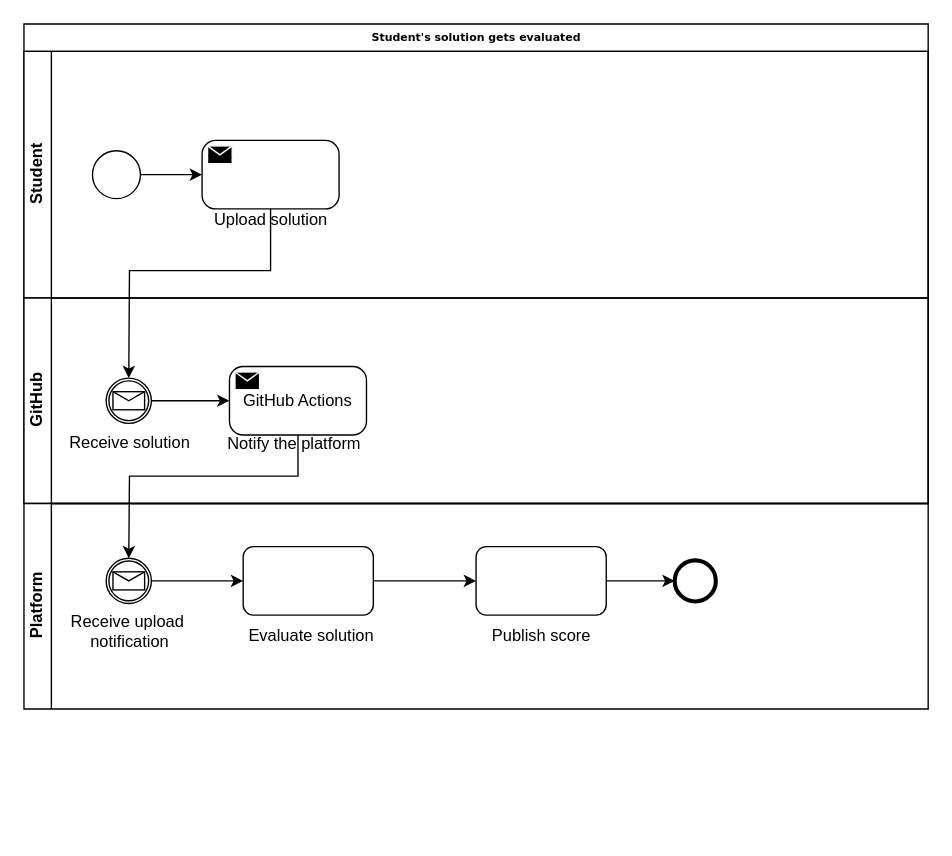
This is RASDwip/ExtraFiles/Drawio/BPMN6.drawio from francescospangaro/SpangaroTosettiRiccardi, a draw.io file, before an edit. Source tidied: cells renumbered, new cells numbered last; positions are measured from the earlier drawing's top-left corner, leaving out a move shared by most shapes. Both pictures are drawn from the tidied source at 137%, with x=0, y=0 at pixel (23, 23).
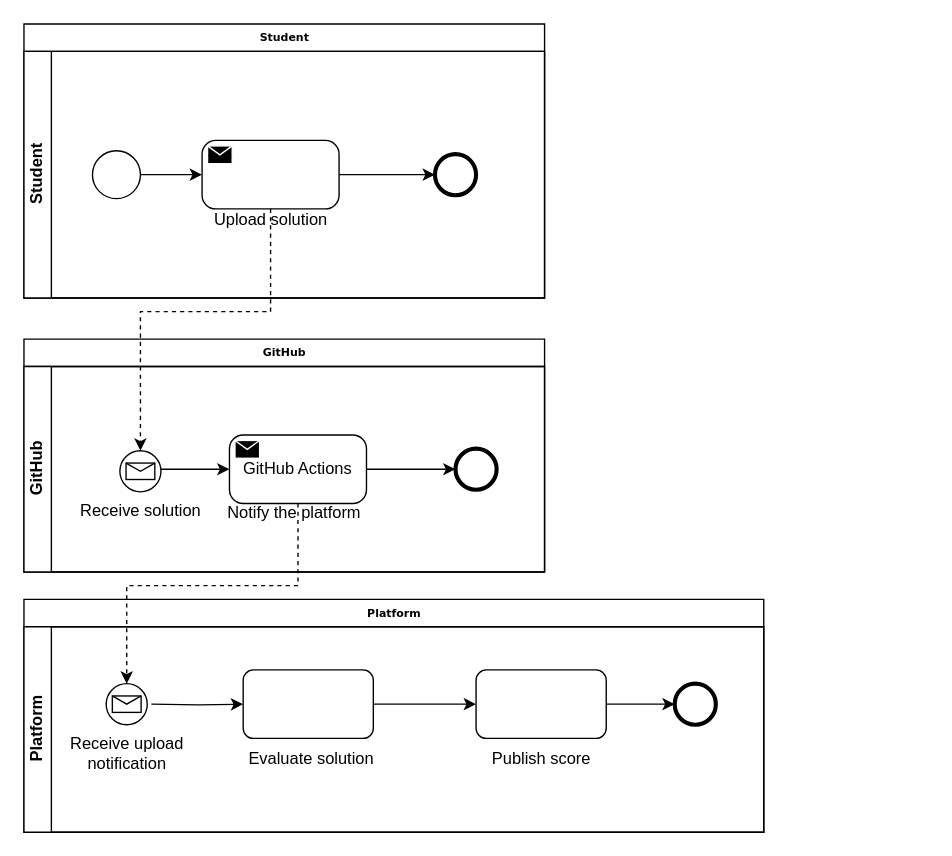
The same diagram, later.

Unchanged cells that the change refers to:
```xml
<mxCell id="7" style="points=[[0.25,0,0],[0.5,0,0],[0.75,0,0],[1,0.25,0],[1,0.5,0],[1,0.75,0],[0.75,1,0],[0.5,1,0],[0.25,1,0],[0,0.75,0],[0,0.5,0],[0,0.25,0]];shape=mxgraph.bpmn.task;whiteSpace=wrap;rectStyle=rounded;size=10;html=1;taskMarker=send;" parent="3" vertex="1">
  <mxGeometry x="130" y="65" width="100" height="50" as="geometry" />
</mxCell>
<mxCell id="11" value="GitHub Actions" style="points=[[0.25,0,0],[0.5,0,0],[0.75,0,0],[1,0.25,0],[1,0.5,0],[1,0.75,0],[0.75,1,0],[0.5,1,0],[0.25,1,0],[0,0.75,0],[0,0.5,0],[0,0.25,0]];shape=mxgraph.bpmn.task;whiteSpace=wrap;rectStyle=rounded;size=10;html=1;taskMarker=send;" parent="8" vertex="1">
  <mxGeometry x="150" y="50" width="100" height="50" as="geometry" />
</mxCell>
<mxCell id="18" value="&lt;font size=&quot;1&quot;&gt;&lt;br&gt;&lt;/font&gt;" style="rounded=1;whiteSpace=wrap;html=1;shadow=0;labelBackgroundColor=none;strokeWidth=1;fontFamily=Verdana;fontSize=8;align=center;" parent="14" vertex="1">
  <mxGeometry x="160" y="31.5" width="95" height="50" as="geometry" />
</mxCell>
```

Diff of the diagram source:
```diff
@@
-    <mxCell id="2" value="Student's solution gets evaluated" style="swimlane;html=1;horizontal=1;startSize=20;rounded=0;shadow=0;labelBackgroundColor=none;strokeWidth=1;fontFamily=Verdana;fontSize=8;align=center;" parent="1" vertex="1">
-      <mxGeometry width="660" height="350" as="geometry" />
+    <mxCell id="2" value="Student" style="swimlane;html=1;horizontal=1;startSize=20;rounded=0;shadow=0;labelBackgroundColor=none;strokeWidth=1;fontFamily=Verdana;fontSize=8;align=center;" parent="1" vertex="1">
+      <mxGeometry width="380" height="200" as="geometry" />
     </mxCell>
     <mxCell id="3" value="Student" style="swimlane;html=1;startSize=20;horizontal=0;" parent="2" vertex="1">
-      <mxGeometry y="20" width="660" height="180" as="geometry" />
+      <mxGeometry y="20" width="380" height="180" as="geometry" />
     </mxCell>
@@
+    <mxCell id="25" style="edgeStyle=orthogonalEdgeStyle;rounded=0;jettySize=auto;html=1;entryX=0;entryY=0.5;entryDx=0;entryDy=0;entryPerimeter=0;" parent="3" edge="1" source="7" target="26">
+      <mxGeometry relative="1" as="geometry" />
+    </mxCell>
@@
+    <mxCell id="26" style="points=[[0.145,0.145,0],[0.5,0,0],[0.855,0.145,0],[1,0.5,0],[0.855,0.855,0],[0.5,1,0],[0.145,0.855,0],[0,0.5,0]];shape=mxgraph.bpmn.event;html=1;verticalLabelPosition=bottom;labelBackgroundColor=#ffffff;verticalAlign=top;align=center;perimeter=ellipsePerimeter;outlineConnect=0;outline=end;symbol=terminate2;" parent="3" vertex="1">
+      <mxGeometry x="300" y="75" width="30" height="30" as="geometry" />
+    </mxCell>
+    <mxCell id="27" value="&lt;div&gt;GitHub&lt;/div&gt;" style="swimlane;html=1;horizontal=1;startSize=20;rounded=0;shadow=0;labelBackgroundColor=none;strokeWidth=1;fontFamily=Verdana;fontSize=8;align=center;" parent="1" vertex="1">
+      <mxGeometry y="230" width="380" height="170" as="geometry" />
+    </mxCell>
-    <mxCell id="8" value="&lt;div&gt;GitHub&lt;/div&gt;" style="swimlane;html=1;startSize=20;horizontal=0;" parent="2" vertex="1">
-      <mxGeometry y="200" width="660" height="150" as="geometry" />
+    <mxCell id="8" value="&lt;div&gt;GitHub&lt;/div&gt;" style="swimlane;html=1;startSize=20;horizontal=0;" parent="27" vertex="1">
+      <mxGeometry y="20" width="380" height="150" as="geometry" />
     </mxCell>
-    <mxCell id="9" style="edgeStyle=orthogonalEdgeStyle;rounded=0;jettySize=auto;html=1;entryX=0;entryY=0.5;entryDx=0;entryDy=0;" parent="8" edge="1" source="10">
-      <mxGeometry relative="1" as="geometry">
-        <mxPoint x="150" y="75" as="targetPoint" />
-      </mxGeometry>
-    </mxCell>
-    <mxCell id="10" value="Receive solution" style="points=[[0.145,0.145,0],[0.5,0,0],[0.855,0.145,0],[1,0.5,0],[0.855,0.855,0],[0.5,1,0],[0.145,0.855,0],[0,0.5,0]];shape=mxgraph.bpmn.event;html=1;verticalLabelPosition=bottom;labelBackgroundColor=#ffffff;verticalAlign=top;align=center;perimeter=ellipsePerimeter;outlineConnect=0;outline=catching;symbol=message;" parent="8" vertex="1">
-      <mxGeometry x="60" y="58.5" width="33" height="33" as="geometry" />
-    </mxCell>
+    <mxCell id="28" style="edgeStyle=orthogonalEdgeStyle;rounded=0;jettySize=auto;html=1;entryX=0;entryY=0.5;entryDx=0;entryDy=0;entryPerimeter=0;" parent="8" edge="1" source="11" target="29">
+      <mxGeometry relative="1" as="geometry" />
+    </mxCell>
@@
-    <mxCell id="13" style="edgeStyle=orthogonalEdgeStyle;rounded=0;jettySize=auto;html=1;" parent="2" edge="1" source="7" target="10">
-      <mxGeometry relative="1" as="geometry">
-        <Array as="points">
-          <mxPoint x="180" y="180" />
-          <mxPoint x="77" y="180" />
-        </Array>
-      </mxGeometry>
-    </mxCell>
+    <mxCell id="29" style="points=[[0.145,0.145,0],[0.5,0,0],[0.855,0.145,0],[1,0.5,0],[0.855,0.855,0],[0.5,1,0],[0.145,0.855,0],[0,0.5,0]];shape=mxgraph.bpmn.event;html=1;verticalLabelPosition=bottom;labelBackgroundColor=#ffffff;verticalAlign=top;align=center;perimeter=ellipsePerimeter;outlineConnect=0;outline=end;symbol=terminate2;" parent="8" vertex="1">
+      <mxGeometry x="315" y="60" width="30" height="30" as="geometry" />
+    </mxCell>
+    <mxCell id="30" style="edgeStyle=orthogonalEdgeStyle;rounded=0;jettySize=auto;html=1;entryX=0;entryY=0.5;entryDx=0;entryDy=0;entryPerimeter=0;" parent="8" edge="1" source="10" target="11">
+      <mxGeometry relative="1" as="geometry">
+        <Array as="points">
+          <mxPoint x="110" y="75" />
+          <mxPoint x="110" y="75" />
+        </Array>
+      </mxGeometry>
+    </mxCell>
+    <mxCell id="10" value="Receive solution" style="points=[[0.145,0.145,0],[0.5,0,0],[0.855,0.145,0],[1,0.5,0],[0.855,0.855,0],[0.5,1,0],[0.145,0.855,0],[0,0.5,0]];shape=mxgraph.bpmn.event;html=1;verticalLabelPosition=bottom;labelBackgroundColor=#ffffff;verticalAlign=top;align=center;perimeter=ellipsePerimeter;outlineConnect=0;outline=standard;symbol=message;" parent="8" vertex="1">
+      <mxGeometry x="70" y="61.5" width="30" height="30" as="geometry" />
+    </mxCell>
+    <mxCell id="31" value="Platform" style="swimlane;html=1;horizontal=1;startSize=20;rounded=0;shadow=0;labelBackgroundColor=none;strokeWidth=1;fontFamily=Verdana;fontSize=8;align=center;" parent="1" vertex="1">
+      <mxGeometry y="420" width="540" height="170" as="geometry" />
+    </mxCell>
-    <mxCell id="14" value="Platform" style="swimlane;html=1;startSize=20;horizontal=0;" parent="1" vertex="1">
-      <mxGeometry y="350" width="660" height="150" as="geometry" />
+    <mxCell id="14" value="Platform" style="swimlane;html=1;startSize=20;horizontal=0;" parent="31" vertex="1">
+      <mxGeometry y="20" width="540" height="150" as="geometry" />
     </mxCell>
-    <mxCell id="15" style="edgeStyle=orthogonalEdgeStyle;rounded=0;jettySize=auto;html=1;entryX=0;entryY=0.5;entryDx=0;entryDy=0;" parent="14" edge="1" source="16" target="18">
-      <mxGeometry relative="1" as="geometry" />
+    <mxCell id="15" style="edgeStyle=orthogonalEdgeStyle;rounded=0;jettySize=auto;html=1;entryX=0;entryY=0.5;entryDx=0;entryDy=0;" parent="14" edge="1" target="18">
+      <mxGeometry relative="1" as="geometry">
+        <mxPoint x="93" y="56.5" as="sourcePoint" />
+      </mxGeometry>
     </mxCell>
-    <mxCell id="16" value="&lt;div&gt;Receive upload&amp;nbsp;&lt;/div&gt;&lt;div&gt;notification&lt;/div&gt;" style="points=[[0.145,0.145,0],[0.5,0,0],[0.855,0.145,0],[1,0.5,0],[0.855,0.855,0],[0.5,1,0],[0.145,0.855,0],[0,0.5,0]];shape=mxgraph.bpmn.event;html=1;verticalLabelPosition=bottom;labelBackgroundColor=#ffffff;verticalAlign=top;align=center;perimeter=ellipsePerimeter;outlineConnect=0;outline=catching;symbol=message;" parent="14" vertex="1">
-      <mxGeometry x="60" y="40" width="33" height="33" as="geometry" />
-    </mxCell>
@@
+    <mxCell id="16" value="&lt;div&gt;Receive upload&lt;/div&gt;&lt;div&gt;notification&lt;br&gt;&lt;/div&gt;" style="points=[[0.145,0.145,0],[0.5,0,0],[0.855,0.145,0],[1,0.5,0],[0.855,0.855,0],[0.5,1,0],[0.145,0.855,0],[0,0.5,0]];shape=mxgraph.bpmn.event;html=1;verticalLabelPosition=bottom;labelBackgroundColor=#ffffff;verticalAlign=top;align=center;perimeter=ellipsePerimeter;outlineConnect=0;outline=standard;symbol=message;" parent="14" vertex="1">
+      <mxGeometry x="60" y="41.5" width="30" height="30" as="geometry" />
+    </mxCell>
+    <mxCell id="13" style="edgeStyle=orthogonalEdgeStyle;rounded=0;jettySize=auto;html=1;entryX=0.5;entryY=0;entryDx=0;entryDy=0;entryPerimeter=0;dashed=1;" parent="1" edge="1" source="7" target="10">
+      <mxGeometry relative="1" as="geometry">
+        <Array as="points">
+          <mxPoint x="180" y="210" />
+          <mxPoint x="85" y="210" />
+        </Array>
+      </mxGeometry>
+    </mxCell>
-    <mxCell id="24" style="edgeStyle=orthogonalEdgeStyle;rounded=0;jettySize=auto;html=1;" parent="1" edge="1" source="11" target="16">
+    <mxCell id="24" style="edgeStyle=orthogonalEdgeStyle;rounded=0;jettySize=auto;html=1;dashed=1;" parent="1" edge="1" source="11" target="16">
       <mxGeometry relative="1" as="geometry">
         <Array as="points">
-          <mxPoint x="200" y="330" />
-          <mxPoint x="77" y="330" />
+          <mxPoint x="200" y="410" />
+          <mxPoint x="75" y="410" />
         </Array>
       </mxGeometry>
     </mxCell>
```
